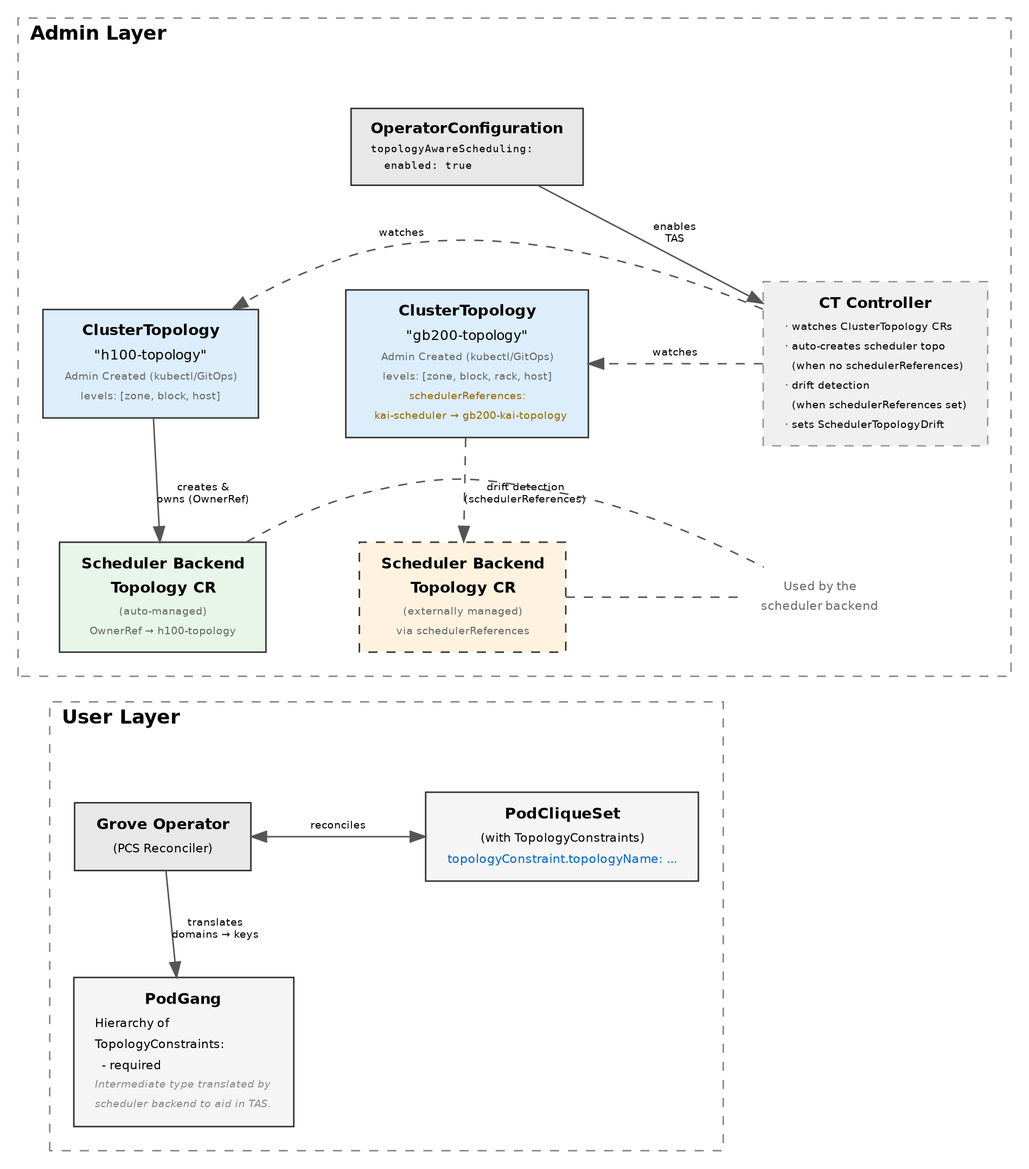
This is docs/proposals/244-topology-aware-scheduling/assets/tas-highlevel-architecture.png from renormalize/grove, a Graphviz export, as it was before one commit. Its source is kept beside it as docs/proposals/244-topology-aware-scheduling/assets/tas-highlevel-architecture.dot. Its diagram source:
```dot
digraph TASArchitecture {
    rankdir=TB;
    fontname="Helvetica";
    fontsize=11;
    node [fontname="Helvetica", fontsize=10, shape=box, style="filled", fillcolor="#f5f5f5", color="#333333", margin="0.15,0.1"];
    edge [fontname="Helvetica", fontsize=7, color="#555555"];
    nodesep=0.8;
    ranksep=0.65;
    newrank=true;

    subgraph cluster_admin {
        label="Admin Layer";
        labeljust="l";
        labelloc="t";
        fontsize=13;
        fontname="Helvetica-Bold";
        style="dashed";
        color="#888888";
        bgcolor="#ffffff";
        margin="16";

        opconfig [
            label=<
            <TABLE BORDER="0" CELLBORDER="0" CELLSPACING="1" CELLPADDING="1">
            <TR><TD><B>OperatorConfiguration</B></TD></TR>
            <TR><TD ALIGN="LEFT"><FONT POINT-SIZE="7.5" FACE="Courier">topologyAwareScheduling:</FONT></TD></TR>
            <TR><TD ALIGN="LEFT"><FONT POINT-SIZE="7.5" FACE="Courier">  enabled: true</FONT></TD></TR>
            </TABLE>>,
            shape=box,
            fillcolor="#e8e8e8"
        ];

        ct_h100 [
            label=<
            <TABLE BORDER="0" CELLBORDER="0" CELLSPACING="1" CELLPADDING="2">
            <TR><TD><B>ClusterTopology</B></TD></TR>
            <TR><TD><FONT POINT-SIZE="9">"h100-topology"</FONT></TD></TR>
            <TR><TD><FONT POINT-SIZE="7" COLOR="#666666">Admin Created (kubectl/GitOps)</FONT></TD></TR>
            <TR><TD><FONT POINT-SIZE="7" COLOR="#666666">levels: [zone, block, host]</FONT></TD></TR>
            </TABLE>>,
            fillcolor="#dceefb"
        ];

        ct_gb200 [
            label=<
            <TABLE BORDER="0" CELLBORDER="0" CELLSPACING="1" CELLPADDING="2">
            <TR><TD><B>ClusterTopology</B></TD></TR>
            <TR><TD><FONT POINT-SIZE="9">"gb200-topology"</FONT></TD></TR>
            <TR><TD><FONT POINT-SIZE="7" COLOR="#666666">Admin Created (kubectl/GitOps)</FONT></TD></TR>
            <TR><TD><FONT POINT-SIZE="7" COLOR="#666666">levels: [zone, block, rack, host]</FONT></TD></TR>
            <TR><TD><FONT POINT-SIZE="7" COLOR="#996600">schedulerReferences:</FONT></TD></TR>
            <TR><TD><FONT POINT-SIZE="7" COLOR="#996600">  kai-scheduler → gb200-kai-topology</FONT></TD></TR>
            </TABLE>>,
            fillcolor="#dceefb"
        ];

        ct_controller [
            label=<
            <TABLE BORDER="0" CELLBORDER="0" CELLSPACING="1" CELLPADDING="2">
            <TR><TD><B>CT Controller</B></TD></TR>
            <TR><TD ALIGN="LEFT"><FONT POINT-SIZE="7">· watches ClusterTopology CRs</FONT></TD></TR>
            <TR><TD ALIGN="LEFT"><FONT POINT-SIZE="7">· auto-creates scheduler topo</FONT></TD></TR>
            <TR><TD ALIGN="LEFT"><FONT POINT-SIZE="7">  (when no schedulerReferences)</FONT></TD></TR>
            <TR><TD ALIGN="LEFT"><FONT POINT-SIZE="7">· drift detection</FONT></TD></TR>
            <TR><TD ALIGN="LEFT"><FONT POINT-SIZE="7">  (when schedulerReferences set)</FONT></TD></TR>
            <TR><TD ALIGN="LEFT"><FONT POINT-SIZE="7">· sets SchedulerTopologyDrift</FONT></TD></TR>
            </TABLE>>,
            shape=box,
            style="filled,dashed",
            fillcolor="#f0f0f0",
            color="#999999"
        ];

        sched_h100 [
            label=<
            <TABLE BORDER="0" CELLBORDER="0" CELLSPACING="1" CELLPADDING="2">
            <TR><TD><B>Scheduler Backend</B></TD></TR>
            <TR><TD><B>Topology CR</B></TD></TR>
            <TR><TD><FONT POINT-SIZE="7" COLOR="#666666">(auto-managed)</FONT></TD></TR>
            <TR><TD><FONT POINT-SIZE="7" COLOR="#666666">OwnerRef → h100-topology</FONT></TD></TR>
            </TABLE>>,
            fillcolor="#e8f5e9"
        ];

        sched_gb200 [
            label=<
            <TABLE BORDER="0" CELLBORDER="0" CELLSPACING="1" CELLPADDING="2">
            <TR><TD><B>Scheduler Backend</B></TD></TR>
            <TR><TD><B>Topology CR</B></TD></TR>
            <TR><TD><FONT POINT-SIZE="7" COLOR="#666666">(externally managed)</FONT></TD></TR>
            <TR><TD><FONT POINT-SIZE="7" COLOR="#666666">via schedulerReferences</FONT></TD></TR>
            </TABLE>>,
            fillcolor="#fff3e0",
            style="filled,dashed"
        ];

        scheduler_label [
            label=<
            <TABLE BORDER="0" CELLBORDER="0" CELLSPACING="0">
            <TR><TD><FONT POINT-SIZE="8" COLOR="#666666">Used by the</FONT></TD></TR>
            <TR><TD><FONT POINT-SIZE="8" COLOR="#666666">scheduler backend</FONT></TD></TR>
            </TABLE>>,
            shape=plaintext,
            fillcolor="transparent",
            style=""
        ];

        {rank=same; ct_h100; ct_gb200; ct_controller}
        {rank=same; sched_h100; sched_gb200; scheduler_label}
    }

    subgraph cluster_user {
        label="User Layer";
        labeljust="l";
        labelloc="t";
        fontsize=13;
        fontname="Helvetica-Bold";
        style="dashed";
        color="#888888";
        bgcolor="#ffffff";
        margin="16";

        grove_operator [
            label=<
            <TABLE BORDER="0" CELLBORDER="0" CELLSPACING="1" CELLPADDING="2">
            <TR><TD><B>Grove Operator</B></TD></TR>
            <TR><TD><FONT POINT-SIZE="8">(PCS Reconciler)</FONT></TD></TR>
            </TABLE>>,
            fillcolor="#e8e8e8"
        ];

        pcs [
            label=<
            <TABLE BORDER="0" CELLBORDER="0" CELLSPACING="1" CELLPADDING="2">
            <TR><TD><B>PodCliqueSet</B></TD></TR>
            <TR><TD><FONT POINT-SIZE="8">(with TopologyConstraints)</FONT></TD></TR>
            <TR><TD><FONT POINT-SIZE="8" COLOR="#0066cc">topologyConstraint.topologyName: ...</FONT></TD></TR>
            </TABLE>>,
            fillcolor="#f5f5f5"
        ];

        podgang [
            label=<
            <TABLE BORDER="0" CELLBORDER="0" CELLSPACING="1" CELLPADDING="2">
            <TR><TD><B>PodGang</B></TD></TR>
            <TR><TD ALIGN="LEFT"><FONT POINT-SIZE="8">Hierarchy of</FONT></TD></TR>
            <TR><TD ALIGN="LEFT"><FONT POINT-SIZE="8">TopologyConstraints:</FONT></TD></TR>
            <TR><TD ALIGN="LEFT"><FONT POINT-SIZE="8">  - required</FONT></TD></TR>
            <TR><TD><FONT POINT-SIZE="7" COLOR="#888888"><I>Intermediate type translated by</I></FONT></TD></TR>
            <TR><TD><FONT POINT-SIZE="7" COLOR="#888888"><I>scheduler backend to aid in TAS.</I></FONT></TD></TR>
            </TABLE>>,
            fillcolor="#f5f5f5"
        ];

        {rank=same; grove_operator; pcs}
    }


    opconfig -> ct_controller [label="  enables\n  TAS"];

    opconfig -> ct_h100 [style=invis];
    opconfig -> ct_gb200 [style=invis];

    ct_controller -> ct_h100 [label="watches", style=dashed, constraint=false];
    ct_controller -> ct_gb200 [label="watches", style=dashed, constraint=false];

    ct_h100 -> sched_h100 [label="creates &\nowns (OwnerRef)"];
    ct_gb200 -> sched_gb200 [label="drift detection\n(schedulerReferences)", style=dashed];

    sched_h100 -> scheduler_label [style=dashed, arrowhead=none];
    sched_gb200 -> scheduler_label [style=dashed, arrowhead=none];

    grove_operator -> pcs [label="reconciles", dir=both];
    grove_operator -> podgang [label="translates\ndomains → keys"];

    sched_h100 -> grove_operator [style=invis];
}
```
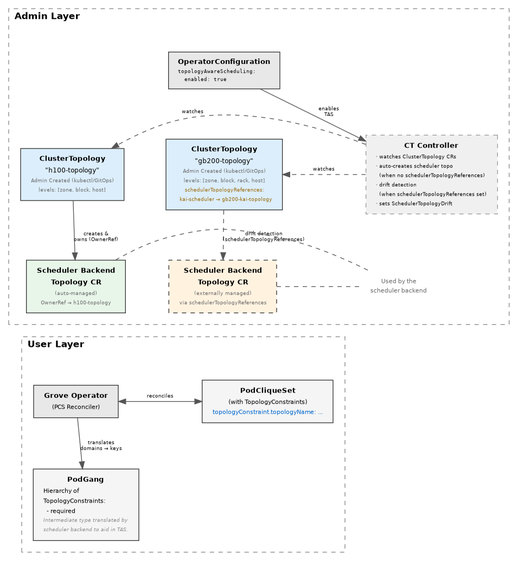
Later version of the same file.

Diff of the diagram source:
```diff
@@ -48,7 +48,7 @@
             <TR><TD><FONT POINT-SIZE="9">"gb200-topology"</FONT></TD></TR>
             <TR><TD><FONT POINT-SIZE="7" COLOR="#666666">Admin Created (kubectl/GitOps)</FONT></TD></TR>
             <TR><TD><FONT POINT-SIZE="7" COLOR="#666666">levels: [zone, block, rack, host]</FONT></TD></TR>
-            <TR><TD><FONT POINT-SIZE="7" COLOR="#996600">schedulerReferences:</FONT></TD></TR>
+            <TR><TD><FONT POINT-SIZE="7" COLOR="#996600">schedulerTopologyReferences:</FONT></TD></TR>
             <TR><TD><FONT POINT-SIZE="7" COLOR="#996600">  kai-scheduler → gb200-kai-topology</FONT></TD></TR>
             </TABLE>>,
             fillcolor="#dceefb"
@@ -60,9 +60,9 @@
             <TR><TD><B>CT Controller</B></TD></TR>
             <TR><TD ALIGN="LEFT"><FONT POINT-SIZE="7">· watches ClusterTopology CRs</FONT></TD></TR>
             <TR><TD ALIGN="LEFT"><FONT POINT-SIZE="7">· auto-creates scheduler topo</FONT></TD></TR>
-            <TR><TD ALIGN="LEFT"><FONT POINT-SIZE="7">  (when no schedulerReferences)</FONT></TD></TR>
+            <TR><TD ALIGN="LEFT"><FONT POINT-SIZE="7">  (when no schedulerTopologyReferences)</FONT></TD></TR>
             <TR><TD ALIGN="LEFT"><FONT POINT-SIZE="7">· drift detection</FONT></TD></TR>
-            <TR><TD ALIGN="LEFT"><FONT POINT-SIZE="7">  (when schedulerReferences set)</FONT></TD></TR>
+            <TR><TD ALIGN="LEFT"><FONT POINT-SIZE="7">  (when schedulerTopologyReferences set)</FONT></TD></TR>
             <TR><TD ALIGN="LEFT"><FONT POINT-SIZE="7">· sets SchedulerTopologyDrift</FONT></TD></TR>
             </TABLE>>,
             shape=box,
@@ -88,7 +88,7 @@
             <TR><TD><B>Scheduler Backend</B></TD></TR>
             <TR><TD><B>Topology CR</B></TD></TR>
             <TR><TD><FONT POINT-SIZE="7" COLOR="#666666">(externally managed)</FONT></TD></TR>
-            <TR><TD><FONT POINT-SIZE="7" COLOR="#666666">via schedulerReferences</FONT></TD></TR>
+            <TR><TD><FONT POINT-SIZE="7" COLOR="#666666">via schedulerTopologyReferences</FONT></TD></TR>
             </TABLE>>,
             fillcolor="#fff3e0",
             style="filled,dashed"
@@ -165,7 +165,7 @@
     ct_controller -> ct_gb200 [label="watches", style=dashed, constraint=false];
 
     ct_h100 -> sched_h100 [label="creates &\nowns (OwnerRef)"];
-    ct_gb200 -> sched_gb200 [label="drift detection\n(schedulerReferences)", style=dashed];
+    ct_gb200 -> sched_gb200 [label="drift detection\n(schedulerTopologyReferences)", style=dashed];
 
     sched_h100 -> scheduler_label [style=dashed, arrowhead=none];
     sched_gb200 -> scheduler_label [style=dashed, arrowhead=none];
```
